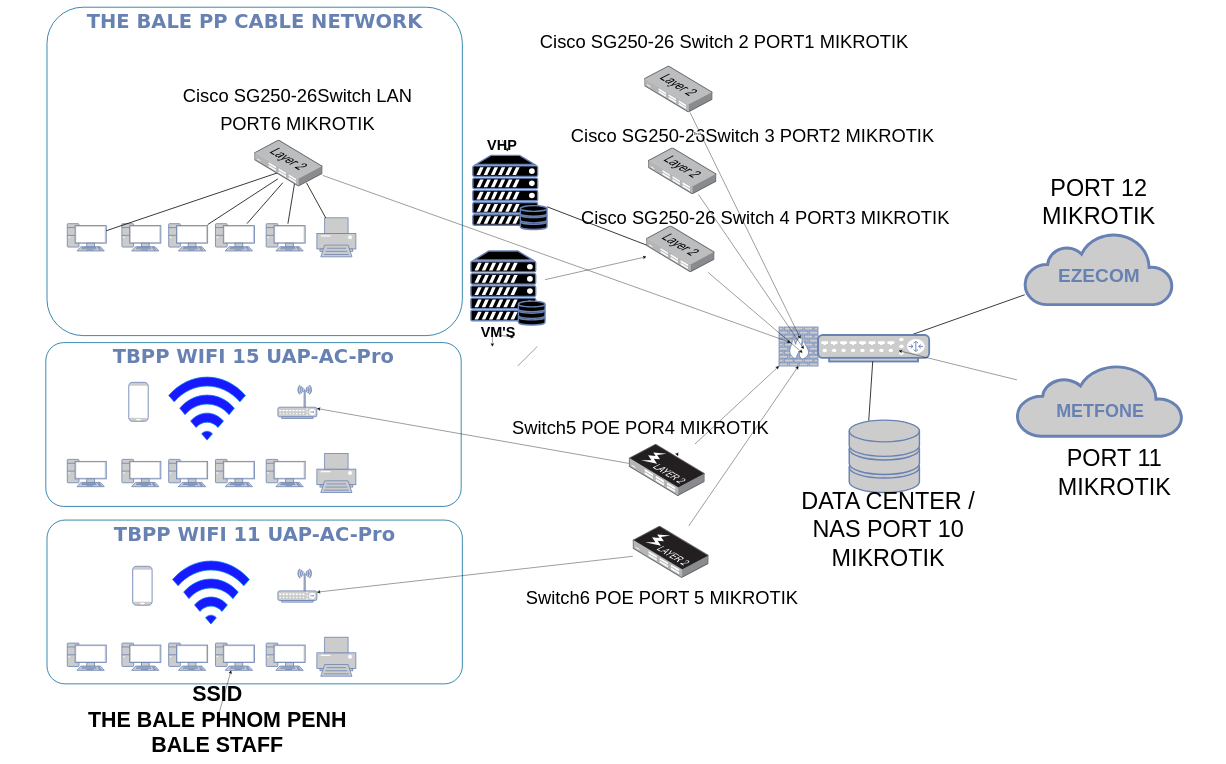
Earlier version of the draw.io diagram Untitled Diagram.drawio (deditri36173/nnjr). Source tidied: cells renumbered, new cells numbered last; positions are measured from the earlier drawing's top-left corner, leaving out a move shared by most shapes. Both pictures are drawn from the tidied source at 39%, with x=0, y=0 at pixel (7, 7).
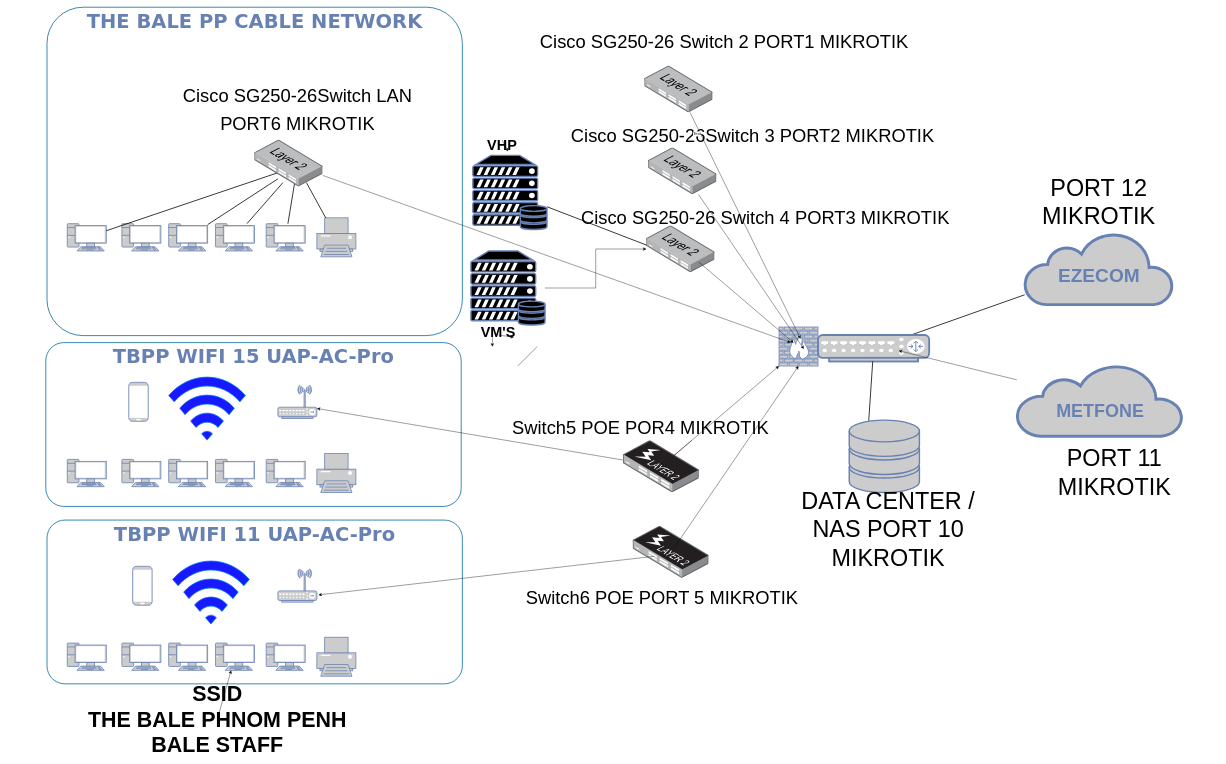
The same page after the edit.

Unchanged cells that the change refers to:
```xml
<mxCell id="6" style="fontColor=#0066CC;verticalAlign=top;verticalLabelPosition=bottom;labelPosition=center;align=center;html=1;fillColor=#CCCCCC;strokeColor=#6881B3;gradientColor=none;gradientDirection=north;strokeWidth=2;shape=mxgraph.networks.firewall;rounded=0;shadow=0;comic=0;" parent="1" vertex="1">
  <mxGeometry x="1980" y="820" width="100" height="100" as="geometry" />
</mxCell>
<mxCell id="39" style="fontColor=#0066CC;verticalAlign=top;verticalLabelPosition=bottom;labelPosition=center;align=center;html=1;fillColor=#CCCCCC;strokeColor=#6881B3;gradientColor=none;gradientDirection=north;strokeWidth=2;shape=mxgraph.networks.wireless_hub;rounded=0;shadow=0;comic=0;" parent="1" vertex="1">
  <mxGeometry x="695" y="1440.4" width="100" height="85" as="geometry" />
</mxCell>
<mxCell id="44" style="image;points=[];html=1;align=center;shadow=0;dashed=0;image=img/lib/allied_telesis/switch/Switch_24_port_L2_POE.svg;" parent="1" vertex="1">
  <mxGeometry x="1605" y="1330" width="195" height="133.7" as="geometry" />
</mxCell>
<mxCell id="47" style="image;points=[];html=1;align=center;shadow=0;dashed=0;image=img/lib/allied_telesis/switch/Switch_24_port_L2.svg;" parent="1" vertex="1">
  <mxGeometry x="1640" y="560" width="175.1" height="120" as="geometry" />
</mxCell>
<mxCell id="63" style="fontColor=#0066CC;verticalAlign=top;verticalLabelPosition=bottom;labelPosition=center;align=center;html=1;fillColor=#000000;strokeColor=#6881B3;gradientColor=none;gradientDirection=north;strokeWidth=2;shape=mxgraph.networks.server_storage;rounded=0;shadow=0;comic=0;" parent="1" vertex="1">
  <mxGeometry x="1190" y="625" width="190" height="190" as="geometry" />
</mxCell>
```

The edit, as a diff of the source:
```diff
@@
-    <mxCell id="41" style="edgeStyle=none;rounded=0;orthogonalLoop=1;jettySize=auto;html=1;exitX=0.95;exitY=0.05;exitDx=0;exitDy=0;exitPerimeter=0;" parent="1" edge="1">
-      <mxGeometry relative="1" as="geometry">
-        <mxPoint x="1717.5" y="1142.5" as="sourcePoint" />
-        <mxPoint x="1721.2" y="1151" as="targetPoint" />
-      </mxGeometry>
-    </mxCell>
-    <mxCell id="42" style="edgeStyle=none;rounded=0;orthogonalLoop=1;jettySize=auto;html=1;exitX=0.5;exitY=0;exitDx=0;exitDy=0;exitPerimeter=0;entryX=0.5;entryY=1;entryDx=0;entryDy=0;entryPerimeter=0;" parent="1" edge="1">
-      <mxGeometry relative="1" as="geometry">
-        <mxPoint x="1672.5" y="1141" as="sourcePoint" />
-        <mxPoint x="1672.5" y="1171" as="targetPoint" />
-      </mxGeometry>
-    </mxCell>
     <mxCell id="43" style="image;points=[];html=1;align=center;shadow=0;dashed=0;image=img/lib/allied_telesis/switch/Switch_24_port_L2_POE.svg;" parent="1" vertex="1">
-      <mxGeometry x="1595" y="1120" width="195" height="133.7" as="geometry" />
+      <mxGeometry x="1580" y="1110.7" width="195" height="133.7" as="geometry" />
     </mxCell>
@@
-    <mxCell id="57" style="edgeStyle=none;rounded=0;jettySize=auto;html=1;entryX=1;entryY=0.7;entryDx=0;entryDy=0;entryPerimeter=0;" parent="1" edge="1" source="44" target="39">
-      <mxGeometry relative="1" as="geometry" />
+    <mxCell id="57" style="edgeStyle=none;rounded=0;jettySize=auto;html=1;entryX=1.04;entryY=0.783;entryDx=0;entryDy=0;entryPerimeter=0;" parent="1" edge="1" target="39">
+      <mxGeometry relative="1" as="geometry">
+        <mxPoint x="1660" y="1407.9" as="sourcePoint" />
+      </mxGeometry>
     </mxCell>
@@
-    <mxCell id="62" style="edgeStyle=none;rounded=0;jettySize=auto;html=1;" parent="1" edge="1" source="63" target="47">
+    <mxCell id="62" style="edgeStyle=orthogonalEdgeStyle;rounded=0;jettySize=auto;html=1;" parent="1" edge="1" source="63" target="47">
       <mxGeometry relative="1" as="geometry" />
     </mxCell>
@@
-    <mxCell id="67" style="edgeStyle=none;rounded=0;jettySize=auto;html=1;entryX=0.603;entryY=0.663;entryDx=0;entryDy=0;entryPerimeter=0;" parent="1" edge="1" source="47" target="6">
-      <mxGeometry relative="1" as="geometry" />
+    <mxCell id="67" style="edgeStyle=none;rounded=0;orthogonalLoop=1;jettySize=auto;html=1;entryX=0.603;entryY=0.663;entryDx=0;entryDy=0;entryPerimeter=0;" parent="1" edge="1">
+      <mxGeometry relative="1" as="geometry">
+        <mxPoint x="1775" y="654" as="sourcePoint" />
+        <mxPoint x="2017.3" y="860.3" as="targetPoint" />
+      </mxGeometry>
     </mxCell>
     <mxCell id="68" style="edgeStyle=none;rounded=0;jettySize=auto;html=1;entryX=0;entryY=1;entryDx=0;entryDy=0;entryPerimeter=0;" parent="1" edge="1" source="43" target="6">
-      <mxGeometry relative="1" as="geometry" />
+      <mxGeometry relative="1" as="geometry">
+        <Array as="points">
+          <mxPoint x="1710" y="1150" />
+        </Array>
+      </mxGeometry>
     </mxCell>
-    <mxCell id="69" style="edgeStyle=none;rounded=0;jettySize=auto;html=1;entryX=0.5;entryY=1;entryDx=0;entryDy=0;entryPerimeter=0;" parent="1" edge="1" source="44" target="6">
-      <mxGeometry relative="1" as="geometry" />
+    <mxCell id="69" style="edgeStyle=none;rounded=0;jettySize=auto;html=1;entryX=0.5;entryY=1;entryDx=0;entryDy=0;entryPerimeter=0;" parent="1" edge="1" target="6">
+      <mxGeometry relative="1" as="geometry">
+        <mxPoint x="1708.4" y="1390" as="sourcePoint" />
+      </mxGeometry>
     </mxCell>
```
